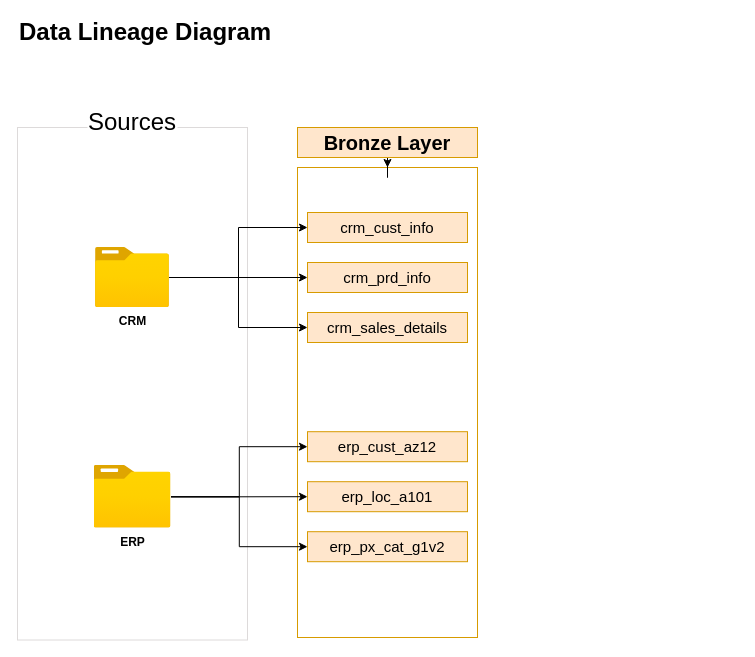
Earlier version of the draw.io diagram page "Data Lineage" (2 of 3) of images/ArchitectureDiagrams.drawio (sdsouto/sql-data-warehouse-project). Source tidied: cells renumbered, new cells numbered last; positions are measured from the earlier drawing's top-left corner, leaving out a move shared by most shapes. Both pictures are drawn from the tidied source at 100%, with x=0, y=0 at pixel (17, 17).
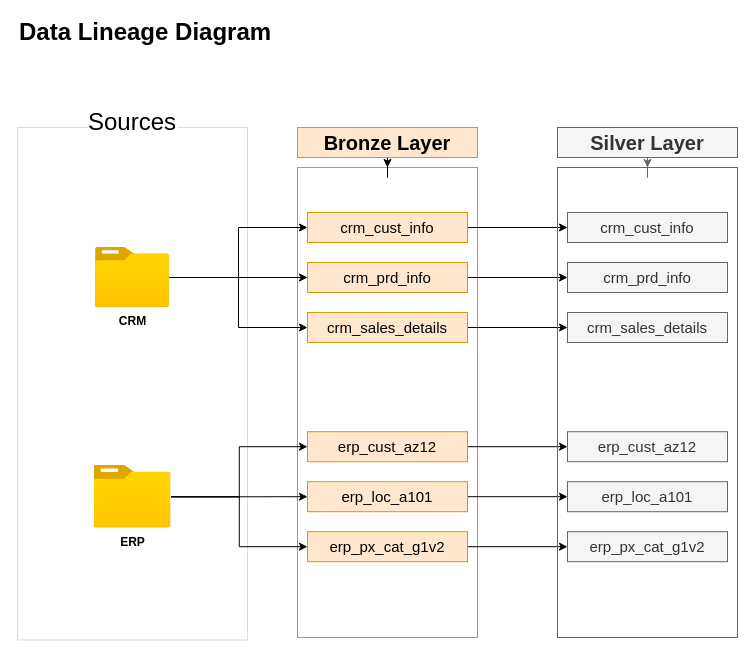
After the change.

The change refers to these unchanged cells:
```xml
<mxCell id="15" value="&lt;font style=&quot;font-size: 15px; font-weight: normal;&quot;&gt;crm_cust_info&lt;/font&gt;" style="rounded=0;whiteSpace=wrap;html=1;fillColor=#ffe6cc;strokeColor=#d79b00;fontSize=13;fontStyle=1;" parent="1" vertex="1">
  <mxGeometry x="290" y="195" width="160" height="30" as="geometry" />
</mxCell>
<mxCell id="16" value="&lt;font style=&quot;font-size: 15px; font-weight: normal;&quot;&gt;crm_sales_details&lt;/font&gt;" style="rounded=0;whiteSpace=wrap;html=1;fillColor=#ffe6cc;strokeColor=#d79b00;fontSize=13;fontStyle=1;" parent="1" vertex="1">
  <mxGeometry x="290" y="295" width="160" height="30" as="geometry" />
</mxCell>
<mxCell id="17" value="&lt;font style=&quot;font-size: 15px; font-weight: normal;&quot;&gt;crm_prd_info&lt;/font&gt;" style="rounded=0;whiteSpace=wrap;html=1;fillColor=#ffe6cc;strokeColor=#d79b00;fontSize=13;fontStyle=1;" parent="1" vertex="1">
  <mxGeometry x="290" y="245" width="160" height="30" as="geometry" />
</mxCell>
<mxCell id="18" value="&lt;font style=&quot;font-size: 15px; font-weight: normal;&quot;&gt;erp_loc_a101&lt;/font&gt;" style="rounded=0;whiteSpace=wrap;html=1;fillColor=#ffe6cc;strokeColor=#d79b00;fontSize=13;fontStyle=1;" parent="1" vertex="1">
  <mxGeometry x="290" y="464.2" width="160" height="30" as="geometry" />
</mxCell>
<mxCell id="19" value="&lt;font style=&quot;font-size: 15px; font-weight: normal;&quot;&gt;erp_cust_az12&lt;/font&gt;" style="rounded=0;whiteSpace=wrap;html=1;fillColor=#ffe6cc;strokeColor=#d79b00;fontSize=13;fontStyle=1;" parent="1" vertex="1">
  <mxGeometry x="290" y="414.2" width="160" height="30" as="geometry" />
</mxCell>
<mxCell id="20" value="&lt;font style=&quot;font-size: 15px; font-weight: normal;&quot;&gt;erp_px_cat_g1v2&lt;/font&gt;" style="rounded=0;whiteSpace=wrap;html=1;fillColor=#ffe6cc;strokeColor=#d79b00;fontSize=13;fontStyle=1;" parent="1" vertex="1">
  <mxGeometry x="290" y="514.2" width="160" height="30" as="geometry" />
</mxCell>
```

Change to the diagram source:
```diff
@@
+    <mxCell id="22" style="edgeStyle=orthogonalEdgeStyle;rounded=0;jettySize=auto;html=1;entryX=0;entryY=0.5;entryDx=0;entryDy=0;" parent="1" edge="1" source="15" target="31">
+      <mxGeometry relative="1" as="geometry" />
+    </mxCell>
@@
+    <mxCell id="23" style="edgeStyle=orthogonalEdgeStyle;rounded=0;jettySize=auto;html=1;entryX=0;entryY=0.5;entryDx=0;entryDy=0;" parent="1" edge="1" source="16" target="32">
+      <mxGeometry relative="1" as="geometry" />
+    </mxCell>
@@
+    <mxCell id="24" style="edgeStyle=orthogonalEdgeStyle;rounded=0;jettySize=auto;html=1;" parent="1" edge="1" source="17" target="33">
+      <mxGeometry relative="1" as="geometry" />
+    </mxCell>
@@
+    <mxCell id="25" style="edgeStyle=orthogonalEdgeStyle;rounded=0;jettySize=auto;html=1;" parent="1" edge="1" source="18" target="34">
+      <mxGeometry relative="1" as="geometry" />
+    </mxCell>
@@
+    <mxCell id="26" style="edgeStyle=orthogonalEdgeStyle;rounded=0;jettySize=auto;html=1;" parent="1" edge="1" source="19" target="35">
+      <mxGeometry relative="1" as="geometry" />
+    </mxCell>
@@
+    <mxCell id="27" style="edgeStyle=orthogonalEdgeStyle;rounded=0;jettySize=auto;html=1;" parent="1" edge="1" source="20" target="36">
+      <mxGeometry relative="1" as="geometry" />
+    </mxCell>
@@
+    <mxCell id="28" style="rounded=0;whiteSpace=wrap;html=1;fillColor=none;strokeColor=#666666;fontSize=13;fontColor=#333333;" parent="1" vertex="1">
+      <mxGeometry x="540" y="150" width="180" height="470" as="geometry" />
+    </mxCell>
+    <mxCell id="29" style="edgeStyle=orthogonalEdgeStyle;rounded=0;jettySize=auto;html=1;fillColor=#f5f5f5;strokeColor=#666666;" parent="1" edge="1" source="30" target="28">
+      <mxGeometry relative="1" as="geometry" />
+    </mxCell>
+    <mxCell id="30" value="&lt;font style=&quot;font-size: 20px;&quot;&gt;Silver Layer&lt;/font&gt;" style="rounded=0;whiteSpace=wrap;html=1;fillColor=#f5f5f5;strokeColor=#666666;fontSize=13;fontStyle=1;fontColor=#333333;" parent="1" vertex="1">
+      <mxGeometry x="540" y="110" width="180" height="30" as="geometry" />
+    </mxCell>
+    <mxCell id="31" value="&lt;font style=&quot;font-size: 15px; font-weight: normal;&quot;&gt;crm_cust_info&lt;/font&gt;" style="rounded=0;whiteSpace=wrap;html=1;fillColor=#f5f5f5;strokeColor=#666666;fontSize=13;fontStyle=1;fontColor=#333333;" parent="1" vertex="1">
+      <mxGeometry x="550" y="195" width="160" height="30" as="geometry" />
+    </mxCell>
+    <mxCell id="32" value="&lt;font style=&quot;font-size: 15px; font-weight: normal;&quot;&gt;crm_sales_details&lt;/font&gt;" style="rounded=0;whiteSpace=wrap;html=1;fillColor=#f5f5f5;strokeColor=#666666;fontSize=13;fontStyle=1;fontColor=#333333;" parent="1" vertex="1">
+      <mxGeometry x="550" y="295" width="160" height="30" as="geometry" />
+    </mxCell>
+    <mxCell id="33" value="&lt;font style=&quot;font-size: 15px; font-weight: normal;&quot;&gt;crm_prd_info&lt;/font&gt;" style="rounded=0;whiteSpace=wrap;html=1;fillColor=#f5f5f5;strokeColor=#666666;fontSize=13;fontStyle=1;fontColor=#333333;" parent="1" vertex="1">
+      <mxGeometry x="550" y="245" width="160" height="30" as="geometry" />
+    </mxCell>
+    <mxCell id="34" value="&lt;font style=&quot;font-size: 15px; font-weight: normal;&quot;&gt;erp_loc_a101&lt;/font&gt;" style="rounded=0;whiteSpace=wrap;html=1;fillColor=#f5f5f5;strokeColor=#666666;fontSize=13;fontStyle=1;fontColor=#333333;" parent="1" vertex="1">
+      <mxGeometry x="550" y="464.2" width="160" height="30" as="geometry" />
+    </mxCell>
+    <mxCell id="35" value="&lt;font style=&quot;font-size: 15px; font-weight: normal;&quot;&gt;erp_cust_az12&lt;/font&gt;" style="rounded=0;whiteSpace=wrap;html=1;fillColor=#f5f5f5;strokeColor=#666666;fontSize=13;fontStyle=1;fontColor=#333333;" parent="1" vertex="1">
+      <mxGeometry x="550" y="414.2" width="160" height="30" as="geometry" />
+    </mxCell>
+    <mxCell id="36" value="&lt;font style=&quot;font-size: 15px; font-weight: normal;&quot;&gt;erp_px_cat_g1v2&lt;/font&gt;" style="rounded=0;whiteSpace=wrap;html=1;fillColor=#f5f5f5;strokeColor=#666666;fontSize=13;fontStyle=1;fontColor=#333333;" parent="1" vertex="1">
+      <mxGeometry x="550" y="514.2" width="160" height="30" as="geometry" />
+    </mxCell>
```
